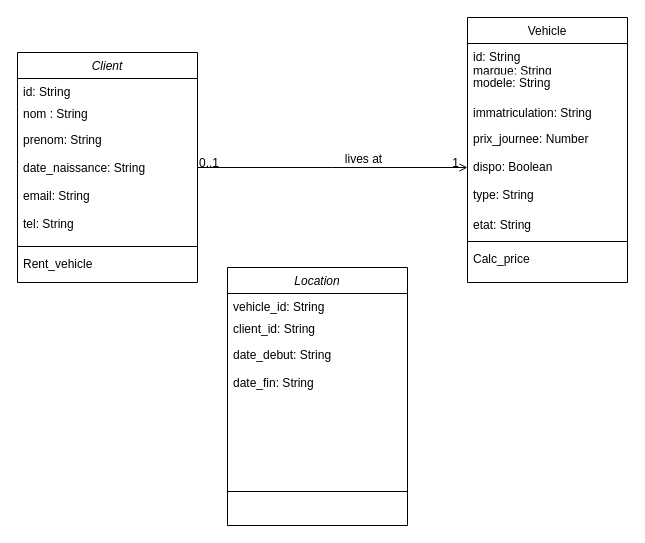
Earlier version of the draw.io diagram documents/location.drawio (mxd838/location-vehicules). Source tidied: cells renumbered, new cells numbered last; positions are measured from the earlier drawing's top-left corner, leaving out a move shared by most shapes. Both pictures are drawn from the tidied source at 100%, with x=0, y=0 at pixel (17, 17).
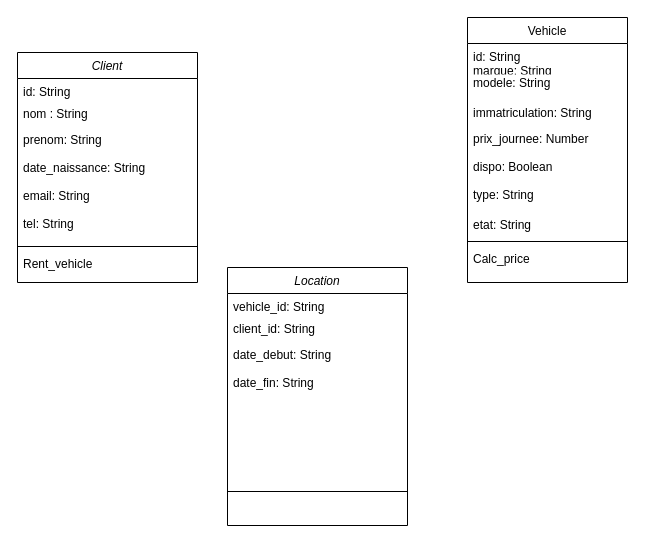
The same diagram, later.

Unchanged cells that the change refers to:
```xml
<mxCell id="2" value="Client" style="swimlane;fontStyle=2;align=center;verticalAlign=top;horizontal=1;startSize=26;rounded=0;shadow=0;strokeWidth=1;" parent="1" vertex="1">
  <mxGeometry y="35" width="180" height="230" as="geometry" />
</mxCell>
<mxCell id="8" value="Vehicle" style="swimlane;fontStyle=0;align=center;verticalAlign=top;horizontal=1;startSize=26;rounded=0;shadow=0;strokeWidth=1;" parent="1" vertex="1">
  <mxGeometry x="450" width="160" height="265" as="geometry" />
</mxCell>
```

What changed in the source:
```diff
@@
-    <mxCell id="16" style="endArrow=open;shadow=0;strokeWidth=1;rounded=0;endFill=1;edgeStyle=elbowEdgeStyle;elbow=vertical;" parent="1" edge="1" source="2" target="8">
-      <mxGeometry x="0.5" y="41" relative="1" as="geometry">
-        <mxPoint x="-40" y="32" as="offset" />
-      </mxGeometry>
-    </mxCell>
-    <mxCell id="17" value="0..1" style="align=left;verticalAlign=bottom;labelBackgroundColor=none;fontSize=12;" parent="16" vertex="1">
-      <mxGeometry x="-1" relative="1" as="geometry">
-        <mxPoint y="4" as="offset" />
-      </mxGeometry>
-    </mxCell>
-    <mxCell id="18" value="1" style="align=right;verticalAlign=bottom;labelBackgroundColor=none;fontSize=12;" parent="16" vertex="1">
-      <mxGeometry x="1" relative="1" as="geometry">
-        <mxPoint x="-7" y="4" as="offset" />
-      </mxGeometry>
-    </mxCell>
-    <mxCell id="19" value="lives at" style="text;html=1;align=center;verticalAlign=middle;labelBackgroundColor=none;rounded=0;shadow=0;strokeWidth=1;fontSize=12;" parent="16" vertex="1">
-      <mxGeometry x="0.5" y="49" relative="1" as="geometry">
-        <mxPoint x="-38" y="40" as="offset" />
-      </mxGeometry>
-    </mxCell>
```
